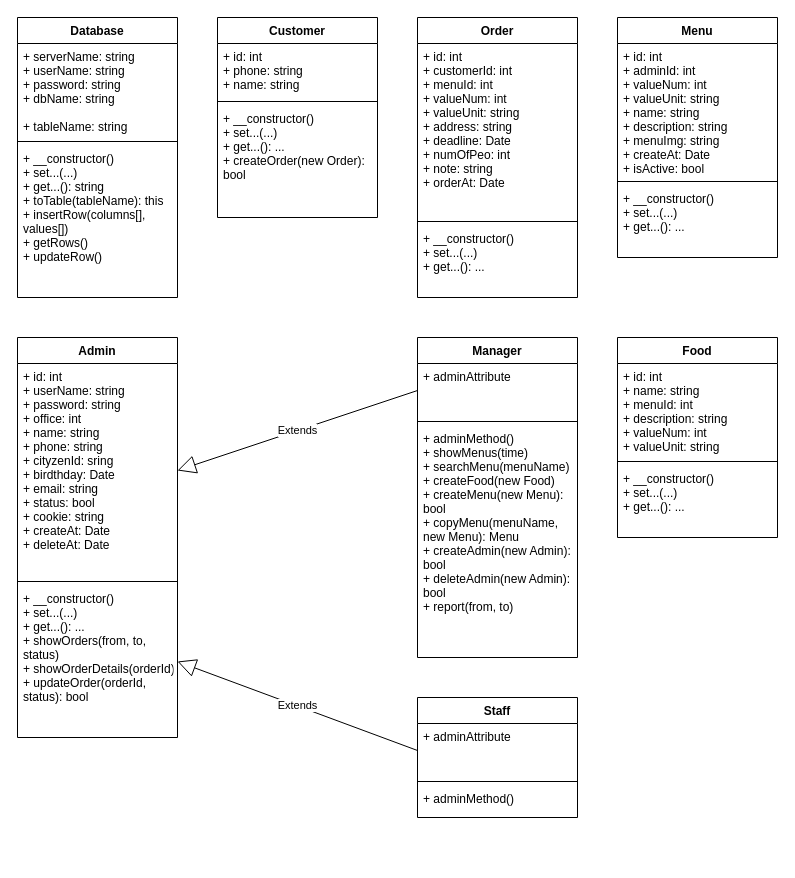
The draw.io diagram phan_tich/classes/classes.drawio in caoduonggithub/gourmet-au-catering, before the edit. Source tidied: cells renumbered, new cells numbered last; positions are measured from the earlier drawing's top-left corner, leaving out a move shared by most shapes. Both pictures are drawn from the tidied source at 100%, with x=0, y=0 at pixel (17, 17).
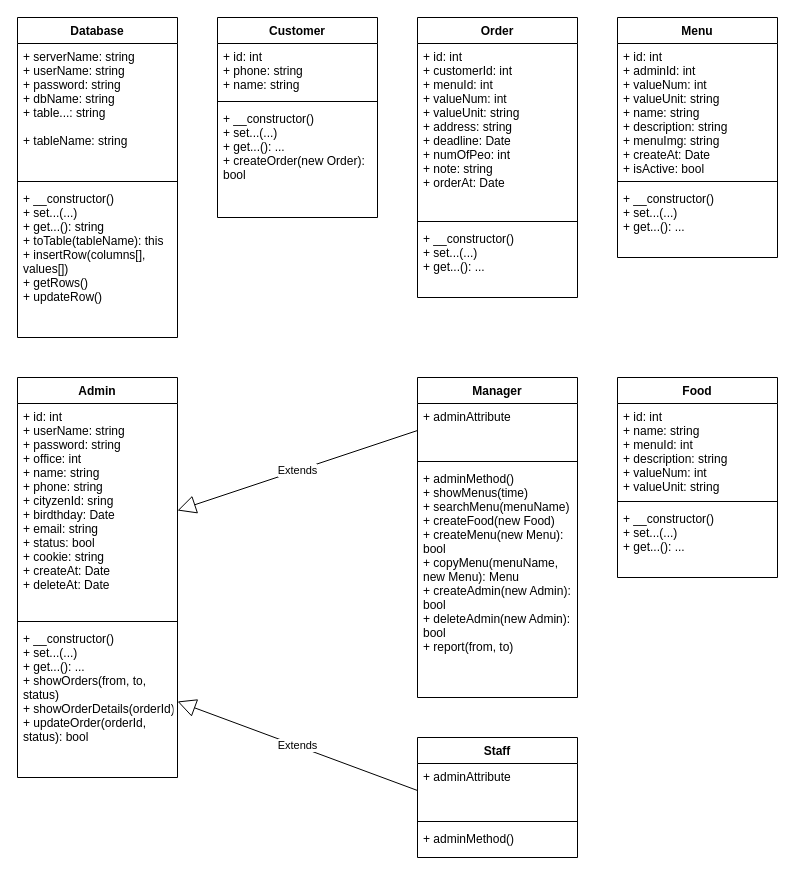
After the change.

What changed in the source:
```diff
@@
     <mxCell id="14" value="Food" style="swimlane;fontStyle=1;align=center;verticalAlign=top;horizontal=1;startSize=26;" parent="1" vertex="1">
-      <mxGeometry x="600" y="320" width="160" height="200" as="geometry" />
+      <mxGeometry x="600" y="360" width="160" height="200" as="geometry" />
     </mxCell>
@@
     <mxCell id="18" value="Admin" style="swimlane;fontStyle=1;align=center;verticalAlign=top;horizontal=1;startSize=26;" parent="1" vertex="1">
-      <mxGeometry y="320" width="160" height="400" as="geometry" />
+      <mxGeometry y="360" width="160" height="400" as="geometry" />
     </mxCell>
@@
     <mxCell id="22" value="Database" style="swimlane;fontStyle=1;align=center;verticalAlign=top;horizontal=1;startSize=26;" parent="1" vertex="1">
-      <mxGeometry width="160" height="280" as="geometry" />
+      <mxGeometry width="160" height="320" as="geometry" />
     </mxCell>
-    <mxCell id="23" value="+ serverName: string&#10;+ userName: string&#10;+ password: string&#10;+ dbName: string&#10;&#10;+ tableName: string" style="text;strokeColor=none;fillColor=none;align=left;verticalAlign=top;spacingLeft=4;spacingRight=4;overflow=hidden;" parent="22" vertex="1">
-      <mxGeometry y="26" width="160" height="94" as="geometry" />
+    <mxCell id="23" value="+ serverName: string&#10;+ userName: string&#10;+ password: string&#10;+ dbName: string&#10;+ table...: string&#10;&#10;+ tableName: string" style="text;strokeColor=none;fillColor=none;align=left;verticalAlign=top;spacingLeft=4;spacingRight=4;overflow=hidden;" parent="22" vertex="1">
+      <mxGeometry y="26" width="160" height="134" as="geometry" />
     </mxCell>
     <mxCell id="24" style="line;strokeWidth=1;fillColor=none;align=left;verticalAlign=middle;spacingTop=-1;spacingLeft=3;spacingRight=3;labelPosition=right;" parent="22" vertex="1">
-      <mxGeometry y="120" width="160" height="8" as="geometry" />
+      <mxGeometry y="160" width="160" height="8" as="geometry" />
     </mxCell>
     <mxCell id="25" value="+ __constructor()&#10;+ set...(...)&#10;+ get...(): string&#10;+ toTable(tableName): this&#10;+ insertRow(columns[], &#10;values[])&#10;+ getRows()&#10;+ updateRow()" style="text;strokeColor=none;fillColor=none;align=left;verticalAlign=top;spacingLeft=4;spacingRight=4;overflow=hidden;" parent="22" vertex="1">
-      <mxGeometry y="128" width="160" height="152" as="geometry" />
+      <mxGeometry y="168" width="160" height="152" as="geometry" />
     </mxCell>
     <mxCell id="26" value="Manager" style="swimlane;fontStyle=1;align=center;verticalAlign=top;horizontal=1;startSize=26;" parent="1" vertex="1">
-      <mxGeometry x="400" y="320" width="160" height="320" as="geometry" />
+      <mxGeometry x="400" y="360" width="160" height="320" as="geometry" />
     </mxCell>
@@
     <mxCell id="30" value="Staff" style="swimlane;fontStyle=1;align=center;verticalAlign=top;horizontal=1;startSize=26;" parent="1" vertex="1">
-      <mxGeometry x="400" y="680" width="160" height="120" as="geometry" />
+      <mxGeometry x="400" y="720" width="160" height="120" as="geometry" />
     </mxCell>
```
